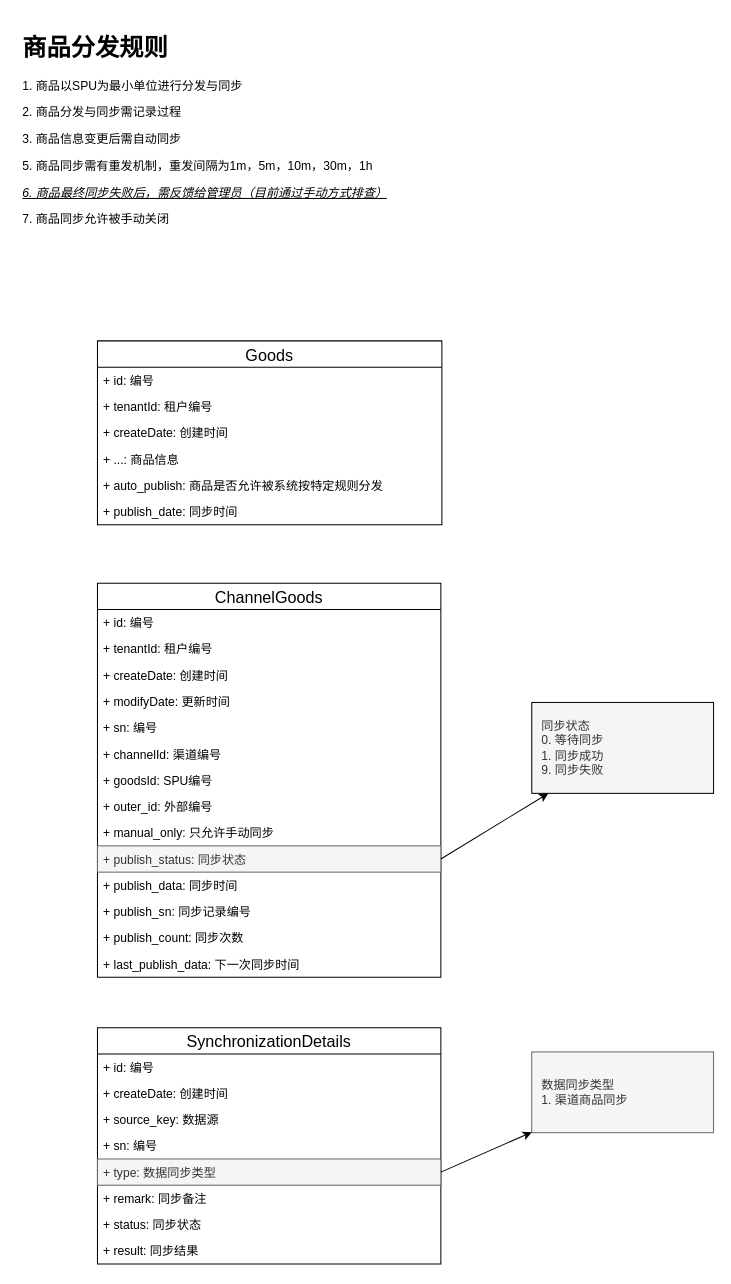
Above: AMS商品异步同步流程.drawio in lycwukang/diagrams (draw.io), before the change. Source tidied: cells renumbered, new cells numbered last; positions are measured from the earlier drawing's top-left corner, leaving out a move shared by most shapes. Both pictures are drawn from the tidied source at 101%, with x=0, y=0 at pixel (17, 27).
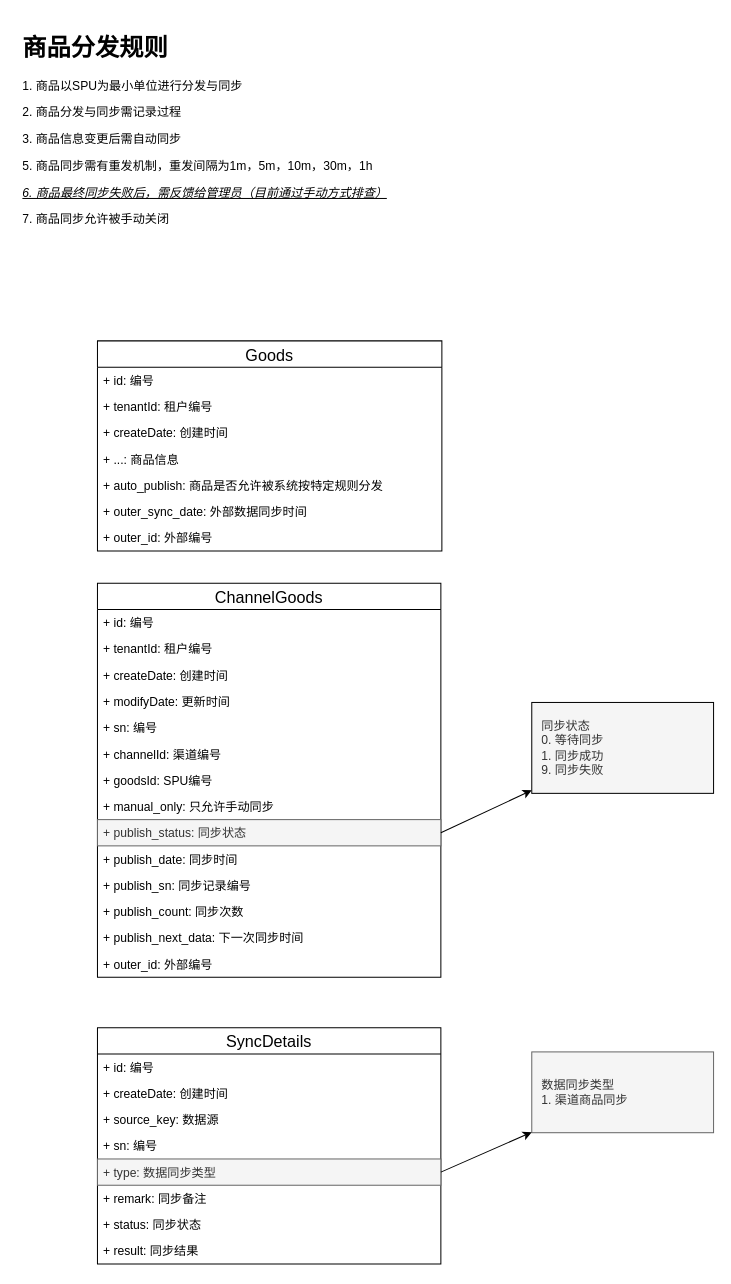
Above is the later version.

Commit message:
更新AMS商品异步同步流程.drawio

Unchanged cells that the change refers to:
```xml
<mxCell id="3" value="ChannelGoods" style="swimlane;fontStyle=0;horizontal=1;startSize=26;fillColor=none;fontSize=16;" parent="1" vertex="1">
  <mxGeometry x="79" y="550" width="340" height="390" as="geometry" />
</mxCell>
```

Diff of the diagram source:
```diff
@@
-    <mxCell id="11" value="+ outer_id: 外部编号" style="text;strokeColor=none;fillColor=none;align=left;verticalAlign=top;spacingLeft=4;spacingRight=4;overflow=hidden;" parent="3" vertex="1">
-      <mxGeometry y="208" width="340" height="26" as="geometry" />
-    </mxCell>
     <mxCell id="12" value="+ manual_only: 只允许手动同步" style="text;strokeColor=none;fillColor=none;align=left;verticalAlign=top;spacingLeft=4;spacingRight=4;overflow=hidden;" parent="3" vertex="1">
-      <mxGeometry y="234" width="340" height="26" as="geometry" />
+      <mxGeometry y="208" width="340" height="26" as="geometry" />
     </mxCell>
     <mxCell id="13" value="+ publish_status: 同步状态" style="text;strokeColor=#666666;fillColor=#f5f5f5;align=left;verticalAlign=top;spacingLeft=4;spacingRight=4;overflow=hidden;points=[[0,0.5],[1,0.5]];portConstraint=eastwest;fontColor=#333333;" parent="3" vertex="1">
-      <mxGeometry y="260" width="340" height="26" as="geometry" />
+      <mxGeometry y="234" width="340" height="26" as="geometry" />
     </mxCell>
-    <mxCell id="14" value="+ publish_data: 同步时间" style="text;strokeColor=none;fillColor=none;align=left;verticalAlign=top;spacingLeft=4;spacingRight=4;overflow=hidden;" parent="3" vertex="1">
-      <mxGeometry y="286" width="340" height="26" as="geometry" />
+    <mxCell id="14" value="+ publish_date: 同步时间" style="text;strokeColor=none;fillColor=none;align=left;verticalAlign=top;spacingLeft=4;spacingRight=4;overflow=hidden;" parent="3" vertex="1">
+      <mxGeometry y="260" width="340" height="26" as="geometry" />
     </mxCell>
     <mxCell id="15" value="+ publish_sn: 同步记录编号" style="text;strokeColor=none;fillColor=none;align=left;verticalAlign=top;spacingLeft=4;spacingRight=4;overflow=hidden;" parent="3" vertex="1">
-      <mxGeometry y="312" width="340" height="26" as="geometry" />
+      <mxGeometry y="286" width="340" height="26" as="geometry" />
     </mxCell>
     <mxCell id="16" value="+ publish_count: 同步次数" style="text;strokeColor=none;fillColor=none;align=left;verticalAlign=top;spacingLeft=4;spacingRight=4;overflow=hidden;" parent="3" vertex="1">
-      <mxGeometry y="338" width="340" height="26" as="geometry" />
+      <mxGeometry y="312" width="340" height="26" as="geometry" />
     </mxCell>
-    <mxCell id="17" value="+ last_publish_data: 下一次同步时间" style="text;strokeColor=none;fillColor=none;align=left;verticalAlign=top;spacingLeft=4;spacingRight=4;overflow=hidden;" parent="3" vertex="1">
-      <mxGeometry y="364" width="340" height="26" as="geometry" />
+    <mxCell id="17" value="+ publish_next_data: 下一次同步时间" style="text;strokeColor=none;fillColor=none;align=left;verticalAlign=top;spacingLeft=4;spacingRight=4;overflow=hidden;" parent="3" vertex="1">
+      <mxGeometry y="338" width="340" height="26" as="geometry" />
     </mxCell>
+    <mxCell id="11" value="+ outer_id: 外部编号" style="text;strokeColor=none;fillColor=none;align=left;verticalAlign=top;spacingLeft=4;spacingRight=4;overflow=hidden;" parent="3" vertex="1">
+      <mxGeometry y="364" width="340" height="26" as="geometry" />
+    </mxCell>
@@
-    <mxCell id="20" value="SynchronizationDetails" style="swimlane;fontStyle=0;horizontal=1;startSize=26;fillColor=none;strokeColor=#000000;fontSize=16;" parent="1" vertex="1">
+    <mxCell id="20" value="SyncDetails" style="swimlane;fontStyle=0;horizontal=1;startSize=26;fillColor=none;strokeColor=#000000;fontSize=16;" parent="1" vertex="1">
       <mxGeometry x="79" y="990" width="340" height="234" as="geometry" />
     </mxCell>
@@
     <mxCell id="31" value="Goods" style="swimlane;fontStyle=0;horizontal=1;startSize=26;fillColor=none;labelBackgroundColor=none;strokeColor=#000000;strokeWidth=1;fontSize=16;html=0;" parent="1" vertex="1">
-      <mxGeometry x="79" y="310" width="341" height="182" as="geometry" />
+      <mxGeometry x="79" y="310" width="341" height="208" as="geometry" />
     </mxCell>
@@
-    <mxCell id="37" value="+ publish_date: 同步时间" style="text;strokeColor=none;fillColor=none;align=left;verticalAlign=top;spacingLeft=4;spacingRight=4;overflow=hidden;" parent="31" vertex="1">
+    <mxCell id="37" value="+ outer_sync_date: 外部数据同步时间" style="text;strokeColor=none;fillColor=none;align=left;verticalAlign=top;spacingLeft=4;spacingRight=4;overflow=hidden;" parent="31" vertex="1">
       <mxGeometry y="156" width="341" height="26" as="geometry" />
     </mxCell>
+    <mxCell id="38" value="+ outer_id: 外部编号" style="text;strokeColor=none;fillColor=none;align=left;verticalAlign=top;spacingLeft=4;spacingRight=4;overflow=hidden;" parent="31" vertex="1">
+      <mxGeometry y="182" width="341" height="26" as="geometry" />
+    </mxCell>
```
